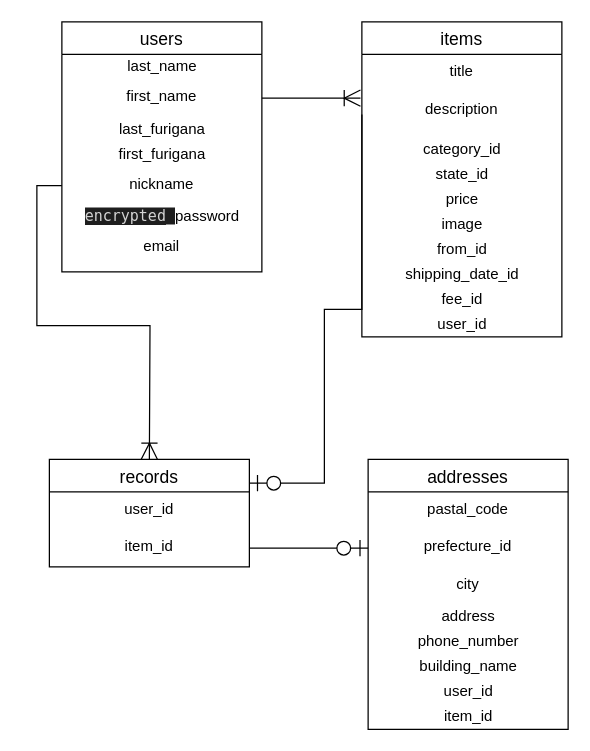
kokou2727/furima-34396 keeps this draw.io diagram as er.dio. Above is the earlier version. Source tidied: cells renumbered, new cells numbered last; positions are measured from the earlier drawing's top-left corner, leaving out a move shared by most shapes. Both pictures are drawn from the tidied source at 125%, with x=0, y=0 at pixel (49, 21).
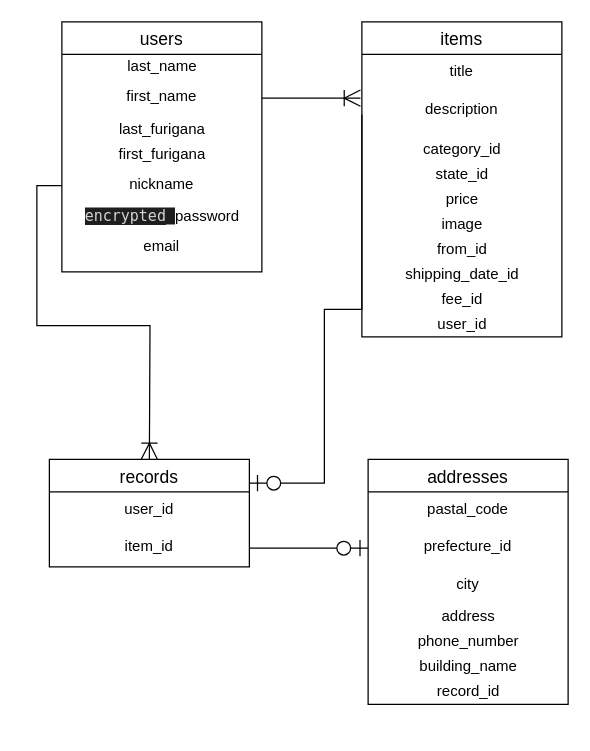
The same page after the edit.

Diff of the diagram source:
```diff
@@
     <mxCell id="16" value="addresses" style="swimlane;fontStyle=0;horizontal=1;startSize=26;align=center;fontSize=14;" parent="1" vertex="1">
-      <mxGeometry x="255" y="350" width="160" height="216" as="geometry" />
+      <mxGeometry x="255" y="350" width="160" height="196" as="geometry" />
     </mxCell>
@@
-    <mxCell id="23" value="user_id" style="text;html=1;align=center;verticalAlign=middle;fillColor=none;strokeColor=none;rounded=0;" parent="16" vertex="1">
+    <mxCell id="23" value="record_id" style="text;html=1;align=center;verticalAlign=middle;fillColor=none;strokeColor=none;rounded=0;" parent="16" vertex="1">
       <mxGeometry y="176" width="160" height="20" as="geometry" />
     </mxCell>
-    <mxCell id="24" value="item_id" style="text;html=1;align=center;verticalAlign=middle;fillColor=none;strokeColor=none;rounded=0;" parent="16" vertex="1">
-      <mxGeometry y="196" width="160" height="20" as="geometry" />
-    </mxCell>
```
